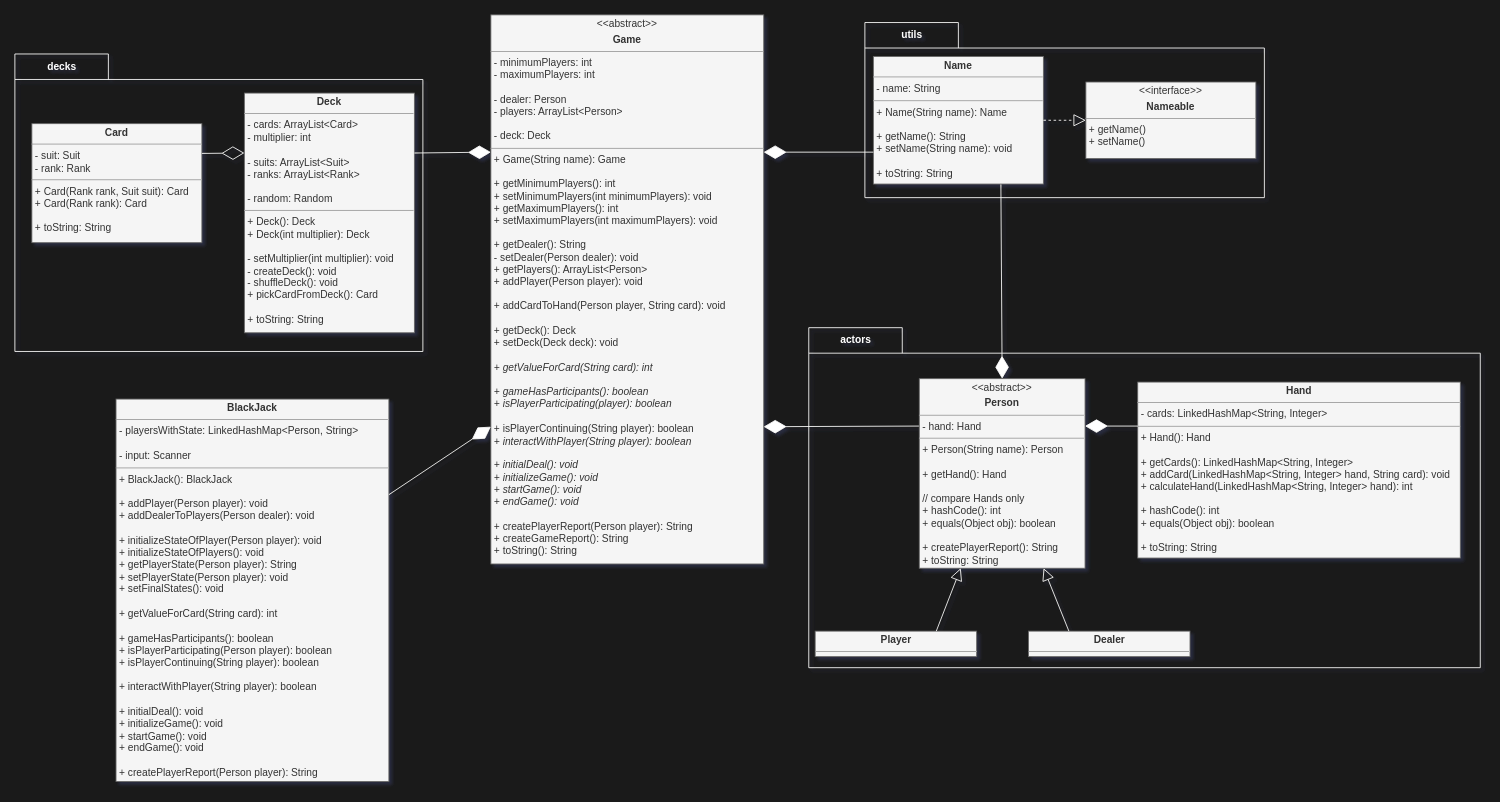
iham/cardgameapp keeps this draw.io diagram as uml-models/step4.drawio. Above is the earlier version. Source tidied: cells renumbered, new cells numbered last; positions are measured from the earlier drawing's top-left corner, leaving out a move shared by most shapes. Both pictures are drawn from the tidied source at 85%, with x=0, y=0 at pixel (14, 14).
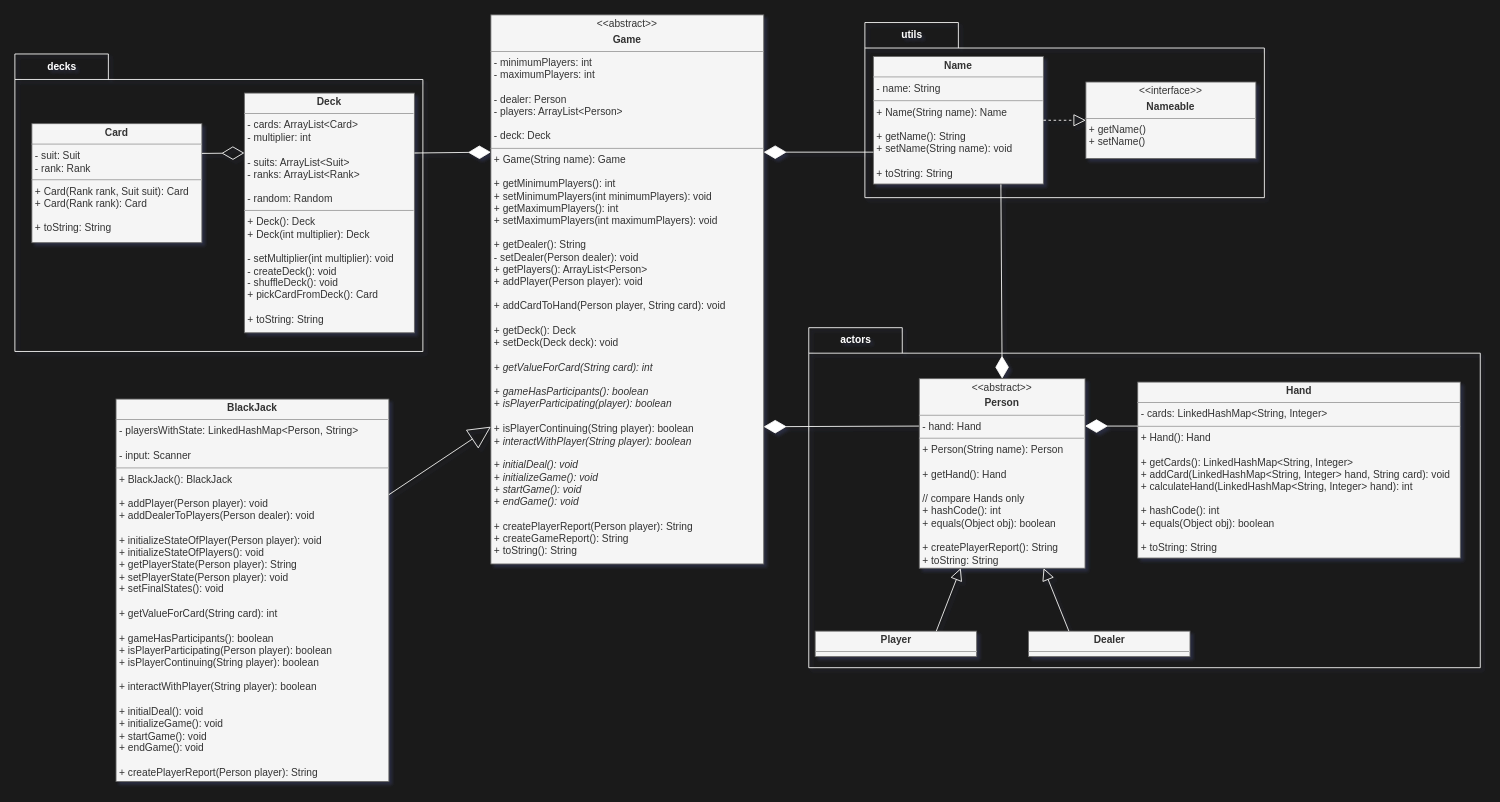
The same diagram, later.

Commit message (it also covers changes not shown here):
fixed wrong arrow in uml

Unchanged cells that the change refers to:
```xml
<mxCell id="2" value="&lt;p style=&quot;margin: 4px 0px 0px ; text-align: center&quot;&gt;&amp;lt;&amp;lt;abstract&amp;gt;&amp;gt;&lt;/p&gt;&lt;p style=&quot;margin: 4px 0px 0px ; text-align: center&quot;&gt;&lt;b&gt;Game&lt;/b&gt;&lt;/p&gt;&lt;hr size=&quot;1&quot;&gt;&lt;p style=&quot;margin: 0px 0px 0px 4px&quot;&gt;- minimumPlayers: int&lt;br&gt;&lt;/p&gt;&lt;p style=&quot;margin: 0px 0px 0px 4px&quot;&gt;- maximumPlayers: int&lt;br&gt;&lt;br&gt;&lt;/p&gt;&lt;p style=&quot;margin: 0px 0px 0px 4px&quot;&gt;- dealer: Person&lt;br&gt;&lt;/p&gt;&lt;p style=&quot;margin: 0px 0px 0px 4px&quot;&gt;- players: ArrayList&amp;lt;Person&amp;gt;&lt;br&gt;&lt;/p&gt;&lt;p style=&quot;margin: 0px 0px 0px 4px&quot;&gt;&lt;br&gt;&lt;/p&gt;&lt;p style=&quot;margin: 0px 0px 0px 4px&quot;&gt;- deck: Deck&lt;/p&gt;&lt;hr size=&quot;1&quot;&gt;&lt;p style=&quot;margin: 0px 0px 0px 4px&quot;&gt;+ Game(String name): Game&lt;br&gt;&lt;/p&gt;&lt;p style=&quot;margin: 0px 0px 0px 4px&quot;&gt;&lt;br&gt;&lt;/p&gt;&lt;p style=&quot;margin: 0px 0px 0px 4px&quot;&gt;+ getMinimumPlayers(): int&lt;br&gt;&lt;/p&gt;&lt;p style=&quot;margin: 0px 0px 0px 4px&quot;&gt;+ setMinimumPlayers(int minimumPlayers): void&lt;/p&gt;&lt;p style=&quot;margin: 0px 0px 0px 4px&quot;&gt;+ getMaximumPlayers(): int&lt;br&gt;&lt;/p&gt;&lt;p style=&quot;margin: 0px 0px 0px 4px&quot;&gt;+ setMaximumPlayers(int maximumPlayers): void&lt;br&gt;&lt;/p&gt;&lt;p style=&quot;margin: 0px 0px 0px 4px&quot;&gt;&lt;br&gt;&lt;/p&gt;&lt;p style=&quot;margin: 0px 0px 0px 4px&quot;&gt;+ getDealer(): String&lt;br&gt;&lt;/p&gt;&lt;p style=&quot;margin: 0px 0px 0px 4px&quot;&gt;- setDealer(Person dealer): void&lt;/p&gt;&lt;p style=&quot;margin: 0px 0px 0px 4px&quot;&gt;+ getPlayers(): ArrayList&amp;lt;Person&amp;gt;&lt;/p&gt;&lt;p style=&quot;margin: 0px 0px 0px 4px&quot;&gt;+ addPlayer(Person player): void&lt;br&gt;&lt;/p&gt;&lt;div&gt;&lt;br&gt;&lt;/div&gt;&lt;div&gt;&lt;p style=&quot;margin: 0px 0px 0px 4px&quot;&gt;+ addCardToHand(Person player, String card): void&lt;br&gt;&lt;/p&gt;&lt;/div&gt;&lt;p style=&quot;margin: 0px 0px 0px 4px&quot;&gt;&lt;br&gt;&lt;/p&gt;&lt;p style=&quot;margin: 0px 0px 0px 4px&quot;&gt;+ getDeck(): Deck&lt;/p&gt;&lt;p style=&quot;margin: 0px 0px 0px 4px&quot;&gt;+ setDeck(Deck deck): void&lt;/p&gt;&lt;p style=&quot;margin: 0px 0px 0px 4px&quot;&gt;&lt;i&gt;&lt;br&gt;&lt;/i&gt;&lt;/p&gt;&lt;p style=&quot;margin: 0px 0px 0px 4px&quot;&gt;&lt;i&gt;+ getValueForCard(String card): int&lt;/i&gt;&lt;br&gt;&lt;/p&gt;&lt;div&gt;&lt;p style=&quot;margin: 0px 0px 0px 4px&quot;&gt;&lt;br&gt;&lt;/p&gt;&lt;/div&gt;&lt;p style=&quot;margin: 0px 0px 0px 4px&quot;&gt;&lt;i&gt;+ gameHasParticipants(): boolean&lt;/i&gt;&lt;br&gt;&lt;/p&gt;&lt;p style=&quot;margin: 0px 0px 0px 4px&quot;&gt;&lt;i&gt;+ isPlayerParticipating(player): boolean&lt;/i&gt;&lt;/p&gt;&lt;div&gt;&lt;p style=&quot;margin: 0px 0px 0px 4px&quot;&gt;&lt;br&gt;&lt;/p&gt;&lt;/div&gt;&lt;p style=&quot;margin: 0px 0px 0px 4px&quot;&gt;+ isPlayerContinuing(String player): boolean&lt;/p&gt;&lt;p style=&quot;margin: 0px 0px 0px 4px&quot;&gt;&lt;i&gt;+ interactWithPlayer(String player): boolean&lt;/i&gt;&lt;/p&gt;&lt;p style=&quot;margin: 0px 0px 0px 4px&quot;&gt;&lt;br&gt;&lt;/p&gt;&lt;p style=&quot;margin: 0px 0px 0px 4px&quot;&gt;&lt;i&gt;+ initialDeal(): void&lt;/i&gt;&lt;/p&gt;&lt;p style=&quot;margin: 0px 0px 0px 4px&quot;&gt;&lt;i&gt;+ initializeGame(): void&lt;/i&gt;&lt;br&gt;&lt;/p&gt;&lt;p style=&quot;margin: 0px 0px 0px 4px&quot;&gt;&lt;i&gt;+ startGame(): void&lt;/i&gt;&lt;/p&gt;&lt;p style=&quot;margin: 0px 0px 0px 4px&quot;&gt;&lt;i&gt;+ endGame(): void&lt;/i&gt;&lt;/p&gt;&lt;p style=&quot;margin: 0px 0px 0px 4px&quot;&gt;&lt;br&gt;&lt;/p&gt;&lt;p style=&quot;margin: 0px 0px 0px 4px&quot;&gt;+ createPlayerReport(Person player): String&lt;/p&gt;&lt;p style=&quot;margin: 0px 0px 0px 4px&quot;&gt;+ createGameReport(): String&lt;br&gt;&lt;/p&gt;&lt;p style=&quot;margin: 0px 0px 0px 4px&quot;&gt;+ toString(): String&lt;/p&gt;" style="verticalAlign=top;align=left;overflow=fill;fontSize=12;fontFamily=Helvetica;html=1;fillColor=#f5f5f5;fontColor=#333333;strokeColor=#666666;" parent="1" vertex="1">
  <mxGeometry x="560" width="321" height="646" as="geometry" />
</mxCell>
<mxCell id="23" value="&lt;p style=&quot;margin: 4px 0px 0px ; text-align: center&quot;&gt;&lt;b&gt;BlackJack&lt;/b&gt;&lt;br&gt;&lt;/p&gt;&lt;hr size=&quot;1&quot;&gt;&lt;p style=&quot;margin: 0px 0px 0px 4px&quot;&gt;&lt;span&gt;- playersWithState: LinkedHashMap&amp;lt;Person, String&amp;gt;&lt;/span&gt;&lt;br&gt;&lt;/p&gt;&lt;p style=&quot;margin: 0px 0px 0px 4px&quot;&gt;&lt;br&gt;&lt;/p&gt;&lt;p style=&quot;margin: 0px 0px 0px 4px&quot;&gt;- input: Scanner&lt;/p&gt;&lt;hr size=&quot;1&quot;&gt;&lt;p style=&quot;margin: 0px 0px 0px 4px&quot;&gt;+ BlackJack(): BlackJack&lt;br&gt;&lt;/p&gt;&lt;p style=&quot;margin: 0px 0px 0px 4px&quot;&gt;&lt;br&gt;&lt;/p&gt;&lt;p style=&quot;margin: 0px 0px 0px 4px&quot;&gt;&lt;span&gt;+ addPlayer(Person player): void&lt;/span&gt;&lt;/p&gt;&lt;p style=&quot;margin: 0px 0px 0px 4px&quot;&gt;&lt;span&gt;+ addDealerToPlayers(Person dealer): void&lt;/span&gt;&lt;br&gt;&lt;/p&gt;&lt;p style=&quot;margin: 0px 0px 0px 4px&quot;&gt;&lt;br&gt;&lt;/p&gt;&lt;p style=&quot;margin: 0px 0px 0px 4px&quot;&gt;+ initializeStateOfPlayer(Person player): void&lt;/p&gt;&lt;p style=&quot;margin: 0px 0px 0px 4px&quot;&gt;+ initializeStateOfPlayers(): void&lt;br&gt;&lt;/p&gt;&lt;p style=&quot;margin: 0px 0px 0px 4px&quot;&gt;+ getPlayerState(Person player): String&lt;/p&gt;&lt;div&gt;&lt;p style=&quot;margin: 0px 0px 0px 4px&quot;&gt;+ setPlayerState(Person player): void&lt;/p&gt;&lt;p style=&quot;margin: 0px 0px 0px 4px&quot;&gt;+ setFinalStates(): void&lt;/p&gt;&lt;div&gt;&lt;p style=&quot;margin: 0px 0px 0px 4px&quot;&gt;&lt;br&gt;&lt;/p&gt;&lt;/div&gt;&lt;p style=&quot;margin: 0px 0px 0px 4px&quot;&gt;+ getValueForCard(String card): int&lt;br&gt;&lt;/p&gt;&lt;div&gt;&lt;p style=&quot;margin: 0px 0px 0px 4px&quot;&gt;&lt;br&gt;&lt;/p&gt;&lt;/div&gt;&lt;p style=&quot;margin: 0px 0px 0px 4px&quot;&gt;+ gameHasParticipants(): boolean&lt;br&gt;&lt;/p&gt;&lt;p style=&quot;margin: 0px 0px 0px 4px&quot;&gt;+ isPlayerParticipating(Person player): boolean&lt;/p&gt;&lt;div&gt;&lt;p style=&quot;margin: 0px 0px 0px 4px&quot;&gt;+ isPlayerContinuing(String player): boolean&lt;/p&gt;&lt;/div&gt;&lt;div&gt;&lt;br&gt;&lt;/div&gt;&lt;div&gt;&lt;p style=&quot;margin: 0px 0px 0px 4px&quot;&gt;&lt;span&gt;+ interactWithPlayer(String player): boolean&lt;/span&gt;&lt;br&gt;&lt;/p&gt;&lt;p style=&quot;margin: 0px 0px 0px 4px&quot;&gt;&lt;br&gt;&lt;/p&gt;&lt;/div&gt;&lt;div&gt;&lt;p style=&quot;margin: 0px 0px 0px 4px&quot;&gt;+ initialDeal(): void&lt;/p&gt;&lt;p style=&quot;margin: 0px 0px 0px 4px&quot;&gt;+ initializeGame(): void&lt;br&gt;&lt;/p&gt;&lt;p style=&quot;margin: 0px 0px 0px 4px&quot;&gt;+ startGame(): void&lt;/p&gt;&lt;p style=&quot;margin: 0px 0px 0px 4px&quot;&gt;+ endGame(): void&lt;/p&gt;&lt;p style=&quot;margin: 0px 0px 0px 4px&quot;&gt;&lt;br&gt;&lt;/p&gt;&lt;/div&gt;&lt;/div&gt;&lt;p style=&quot;margin: 0px 0px 0px 4px&quot;&gt;+ createPlayerReport(Person player): String&lt;/p&gt;&lt;p style=&quot;margin: 0px 0px 0px 4px&quot;&gt;&lt;br&gt;&lt;/p&gt;" style="verticalAlign=top;align=left;overflow=fill;fontSize=12;fontFamily=Helvetica;html=1;fillColor=#f5f5f5;fontColor=#333333;strokeColor=#666666;" parent="1" vertex="1">
  <mxGeometry x="119" y="452" width="321" height="450" as="geometry" />
</mxCell>
```

What changed in the source:
```diff
@@
-    <mxCell id="24" style="endArrow=diamondThin;endFill=1;endSize=24;html=1;fontColor=#000000;strokeColor=#FFFFFF;rounded=0;fillColor=#f5f5f5;exitX=1;exitY=0.25;exitDx=0;exitDy=0;entryX=0;entryY=0.75;entryDx=0;entryDy=0;" parent="1" edge="1" source="23" target="2">
+    <mxCell id="24" style="endArrow=block;endFill=0;endSize=24;html=1;fontColor=#000000;strokeColor=#FFFFFF;rounded=0;fillColor=#f5f5f5;exitX=1;exitY=0.25;exitDx=0;exitDy=0;entryX=0;entryY=0.75;entryDx=0;entryDy=0;" parent="1" edge="1" source="23" target="2">
       <mxGeometry relative="1" as="geometry" />
     </mxCell>
```
